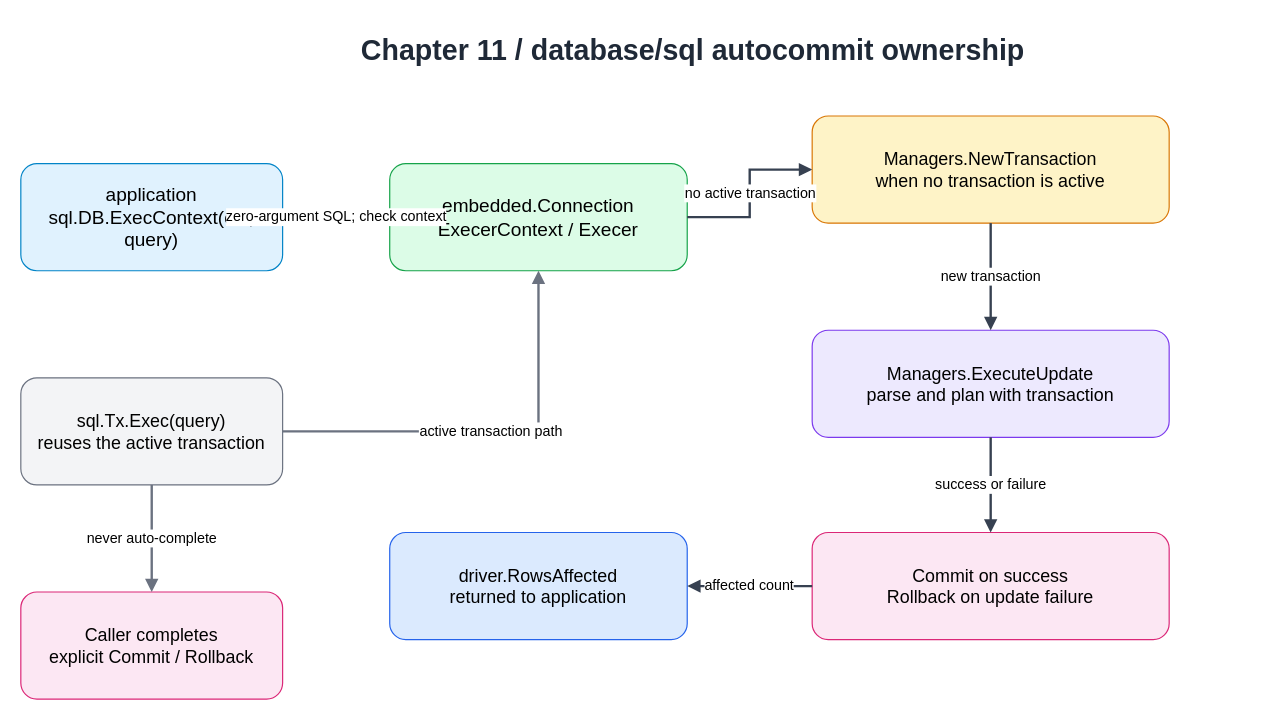
Earlier version of the draw.io diagram docs/diagrams/ch11-database-autocommit.drawio (Rwatana/simledb_in_go). Source tidied: cells renumbered, new cells numbered last; positions are measured from the earlier drawing's top-left corner, leaving out a move shared by most shapes. Both pictures are drawn from the tidied source at 119%, with x=0, y=0 at pixel (20, 20).
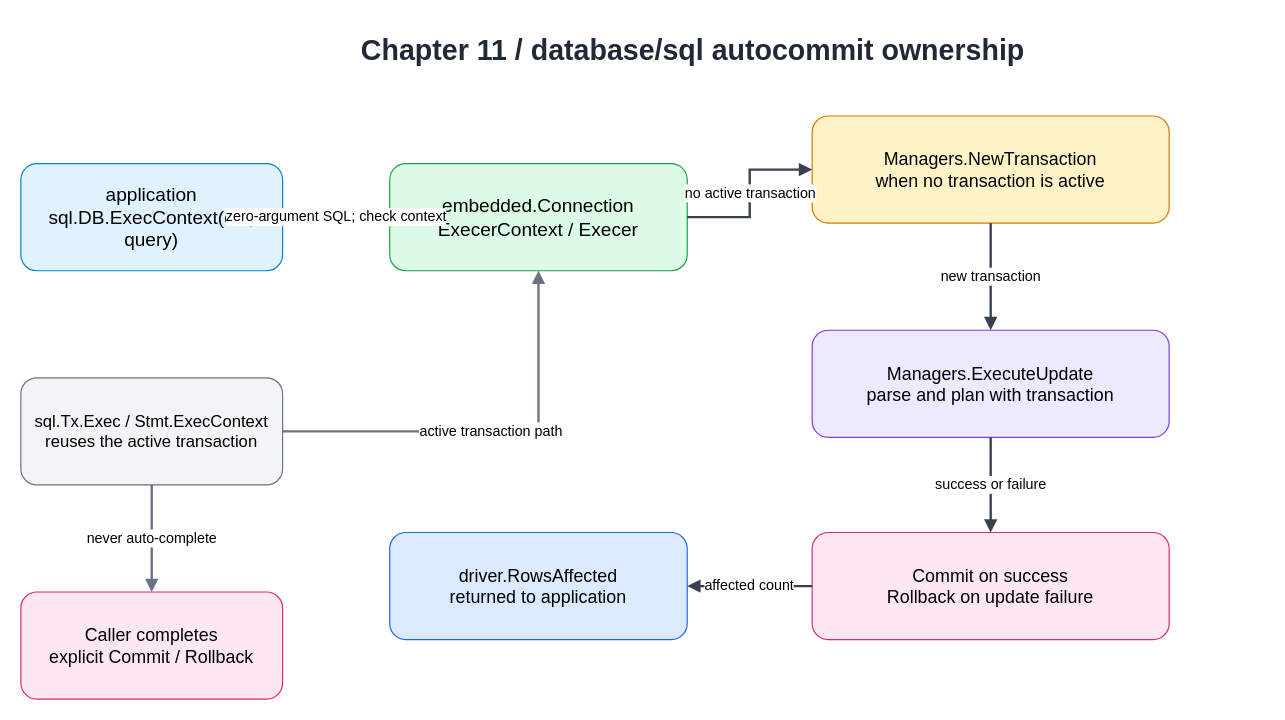
Above is the later version.

What changed in the source:
```diff
@@
 <mxGraphModel>
   <root>
     <mxCell id="0" />
     <mxCell id="1" parent="0" />
     <mxCell id="2" value="Chapter 11 / database/sql autocommit ownership" style="text;html=1;align=center;verticalAlign=middle;whiteSpace=wrap;rounded=0;fontSize=24;fontStyle=1;fontColor=#1f2937;" parent="1" vertex="1">
       <mxGeometry x="85" width="960" height="50" as="geometry" />
     </mxCell>
     <mxCell id="3" value="application&#10;sql.DB.ExecContext(ctx, query)" style="rounded=1;whiteSpace=wrap;html=1;fillColor=#e0f2fe;strokeColor=#0284c7;fontSize=16;" parent="1" vertex="1">
       <mxGeometry y="120" width="220" height="90" as="geometry" />
     </mxCell>
     <mxCell id="4" value="embedded.Connection&#10;ExecerContext / Execer" style="rounded=1;whiteSpace=wrap;html=1;fillColor=#dcfce7;strokeColor=#16a34a;fontSize=16;" parent="1" vertex="1">
       <mxGeometry x="310" y="120" width="250" height="90" as="geometry" />
     </mxCell>
     <mxCell id="5" value="Managers.NewTransaction&#10;when no transaction is active" style="rounded=1;whiteSpace=wrap;html=1;fillColor=#fef3c7;strokeColor=#d97706;fontSize=15;" parent="1" vertex="1">
       <mxGeometry x="665" y="80" width="300" height="90" as="geometry" />
     </mxCell>
     <mxCell id="6" value="Managers.ExecuteUpdate&#10;parse and plan with transaction" style="rounded=1;whiteSpace=wrap;html=1;fillColor=#ede9fe;strokeColor=#7c3aed;fontSize=15;" parent="1" vertex="1">
       <mxGeometry x="665" y="260" width="300" height="90" as="geometry" />
     </mxCell>
     <mxCell id="7" value="Commit on success&#10;Rollback on update failure" style="rounded=1;whiteSpace=wrap;html=1;fillColor=#fce7f3;strokeColor=#db2777;fontSize=15;" parent="1" vertex="1">
       <mxGeometry x="665" y="430" width="300" height="90" as="geometry" />
     </mxCell>
     <mxCell id="8" value="driver.RowsAffected&#10;returned to application" style="rounded=1;whiteSpace=wrap;html=1;fillColor=#dbeafe;strokeColor=#2563eb;fontSize=15;" parent="1" vertex="1">
       <mxGeometry x="310" y="430" width="250" height="90" as="geometry" />
     </mxCell>
-    <mxCell id="9" value="sql.Tx.Exec(query)&#10;reuses the active transaction" style="rounded=1;whiteSpace=wrap;html=1;fillColor=#f3f4f6;strokeColor=#6b7280;fontSize=15;" parent="1" vertex="1">
+    <mxCell id="9" value="sql.Tx.Exec / Stmt.ExecContext&#10;reuses the active transaction" style="rounded=1;whiteSpace=wrap;html=1;fillColor=#f3f4f6;strokeColor=#6b7280;fontSize=14;" parent="1" vertex="1">
       <mxGeometry y="300" width="220" height="90" as="geometry" />
     </mxCell>
     <mxCell id="10" value="Caller completes&#10;explicit Commit / Rollback" style="rounded=1;whiteSpace=wrap;html=1;fillColor=#fce7f3;strokeColor=#db2777;fontSize=15;" parent="1" vertex="1">
       <mxGeometry y="480" width="220" height="90" as="geometry" />
     </mxCell>
     <mxCell id="11" value="zero-argument SQL; check context" style="edgeStyle=orthogonalEdgeStyle;rounded=0;jettySize=auto;html=1;endArrow=block;endFill=1;strokeColor=#374151;strokeWidth=2;fontSize=12;" parent="1" edge="1" source="3" target="4">
       <mxGeometry relative="1" as="geometry" />
     </mxCell>
     <mxCell id="12" value="no active transaction" style="edgeStyle=orthogonalEdgeStyle;rounded=0;jettySize=auto;html=1;endArrow=block;endFill=1;strokeColor=#374151;strokeWidth=2;fontSize=12;" parent="1" edge="1" source="4" target="5">
       <mxGeometry relative="1" as="geometry" />
     </mxCell>
     <mxCell id="13" value="new transaction" style="edgeStyle=orthogonalEdgeStyle;rounded=0;jettySize=auto;html=1;endArrow=block;endFill=1;strokeColor=#374151;strokeWidth=2;fontSize=12;" parent="1" edge="1" source="5" target="6">
       <mxGeometry relative="1" as="geometry" />
     </mxCell>
     <mxCell id="14" value="success or failure" style="edgeStyle=orthogonalEdgeStyle;rounded=0;jettySize=auto;html=1;endArrow=block;endFill=1;strokeColor=#374151;strokeWidth=2;fontSize=12;" parent="1" edge="1" source="6" target="7">
       <mxGeometry relative="1" as="geometry" />
     </mxCell>
     <mxCell id="15" value="affected count" style="edgeStyle=orthogonalEdgeStyle;rounded=0;jettySize=auto;html=1;endArrow=block;endFill=1;strokeColor=#374151;strokeWidth=2;fontSize=12;" parent="1" edge="1" source="7" target="8">
       <mxGeometry relative="1" as="geometry" />
     </mxCell>
     <mxCell id="16" value="active transaction path" style="edgeStyle=orthogonalEdgeStyle;rounded=0;jettySize=auto;html=1;endArrow=block;endFill=1;strokeColor=#6b7280;strokeWidth=2;fontSize=12;" parent="1" edge="1" source="9" target="4">
       <mxGeometry relative="1" as="geometry" />
     </mxCell>
     <mxCell id="17" value="never auto-complete" style="edgeStyle=orthogonalEdgeStyle;rounded=0;jettySize=auto;html=1;endArrow=block;endFill=1;strokeColor=#6b7280;strokeWidth=2;fontSize=12;" parent="1" edge="1" source="9" target="10">
       <mxGeometry relative="1" as="geometry" />
     </mxCell>
   </root>
 </mxGraphModel>
```
